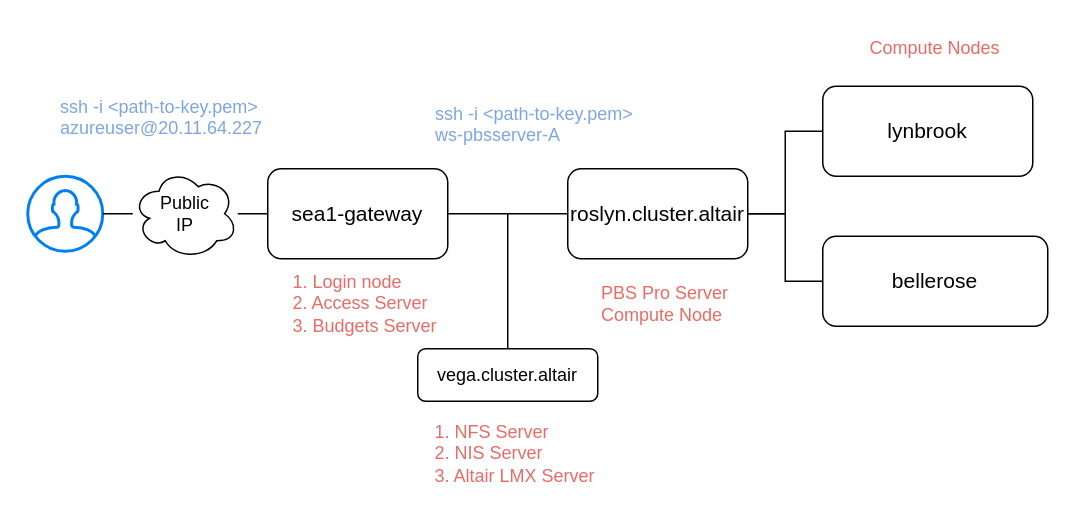
This is page "PBSPro_Access_Setup" (1 of 2) of workshop_austalia_setup.drawio from doddam-manjunath/diagram_io, a draw.io file, before an edit. Source tidied: cells renumbered, new cells numbered last; positions are measured from the earlier drawing's top-left corner, leaving out a move shared by most shapes. Both pictures are drawn from the tidied source at 150%, with x=0, y=0 at pixel (27, 26).
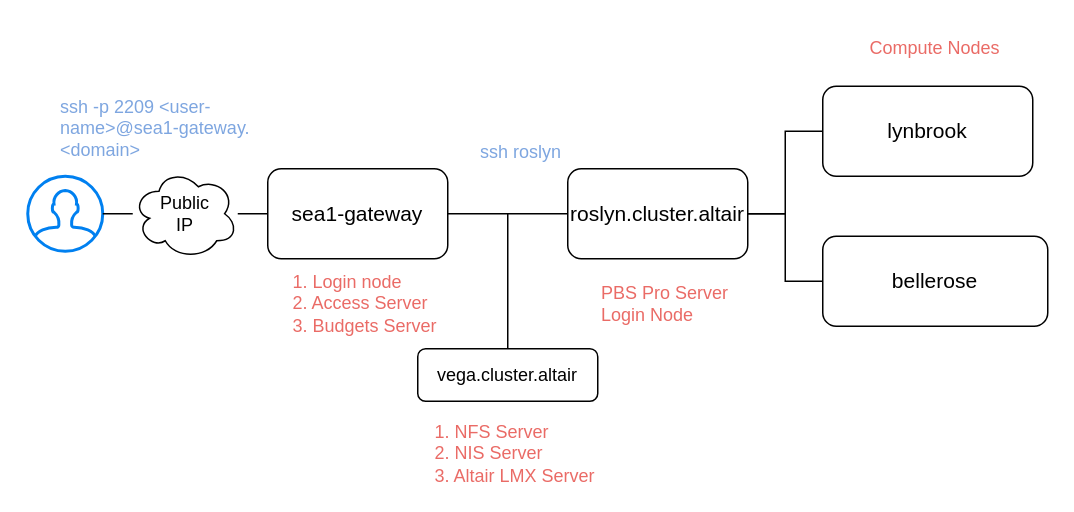
The same page after the edit.

The edit, as a diff of the source:
```diff
@@
-    <mxCell id="6" value="ssh -i &amp;lt;path-to-key.pem&amp;gt; azureuser@20.11.64.227" style="text;html=1;whiteSpace=wrap;overflow=hidden;rounded=0;fontColor=#7EA6E0;" parent="1" vertex="1">
+    <mxCell id="6" value="ssh -p 2209 &amp;lt;user-name&amp;gt;@sea1-gateway.&amp;lt;domain&amp;gt;" style="text;html=1;whiteSpace=wrap;overflow=hidden;rounded=0;fontColor=#7EA6E0;" parent="1" vertex="1">
       <mxGeometry x="20" y="40" width="150" height="50" as="geometry" />
     </mxCell>
@@
-    <mxCell id="12" value="ssh -i &amp;lt;path-to-key.pem&amp;gt; ws-pbsserver-A" style="text;html=1;whiteSpace=wrap;overflow=hidden;rounded=0;align=left;fontColor=#7EA6E0;" parent="1" vertex="1">
-      <mxGeometry x="270" y="45" width="150" height="50" as="geometry" />
+    <mxCell id="12" value="ssh roslyn" style="text;html=1;whiteSpace=wrap;overflow=hidden;rounded=0;align=left;fontColor=#7EA6E0;" parent="1" vertex="1">
+      <mxGeometry x="300" y="70" width="150" height="50" as="geometry" />
     </mxCell>
@@
-    <mxCell id="14" value="PBS Pro Server&lt;br&gt;&lt;div align=&quot;left&quot;&gt;Compute Node&lt;/div&gt;" style="text;html=1;align=center;verticalAlign=middle;whiteSpace=wrap;rounded=0;fontColor=#EA6B66;" parent="1" vertex="1">
+    <mxCell id="14" value="PBS Pro Server&lt;br&gt;&lt;div align=&quot;left&quot;&gt;Login Node&lt;/div&gt;" style="text;html=1;align=center;verticalAlign=middle;whiteSpace=wrap;rounded=0;fontColor=#EA6B66;" parent="1" vertex="1">
       <mxGeometry x="370" y="170" width="110" height="30" as="geometry" />
     </mxCell>
```
